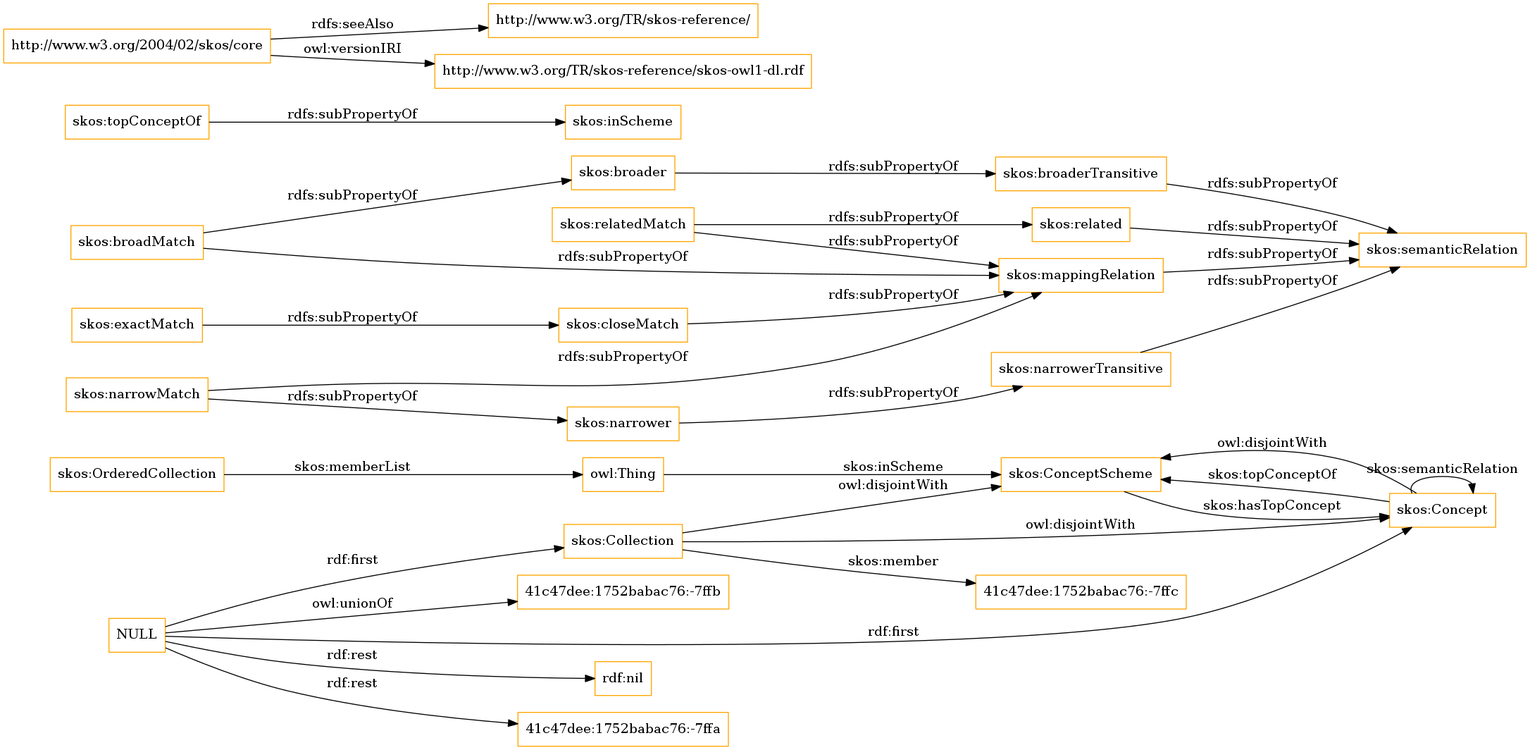
OnToologyUser/core-ontology-1 keeps this Graphviz diagram as OnToology/imports/skos.owl/diagrams/ar2dtool-class/skos.owl.png. Above is the earlier version. Its source is kept beside it as OnToology/imports/skos.owl/diagrams/ar2dtool-class/skos.owl.png.dot.
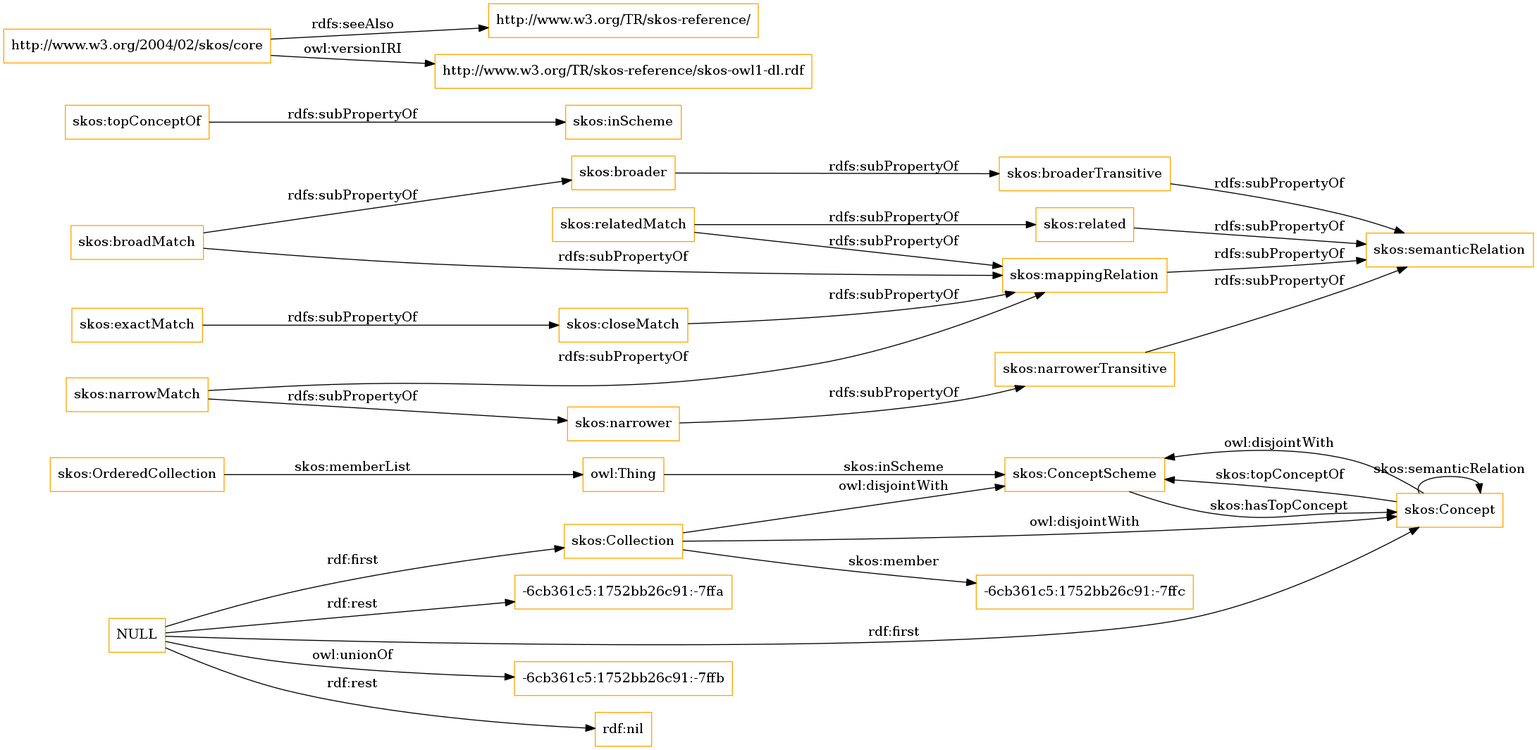
Above is the later version.

The edit, as a diff of the source:
```diff
@@ -1,13 +1,13 @@
 digraph ar2dtool_diagram {
 rankdir=LR;
 size="1501"
-node [shape = rectangle, color="orange"]; "skos:OrderedCollection" "skos:ConceptScheme" "skos:Concept" "skos:Collection" "41c47dee:1752babac76:-7ffc" ; /*classes style*/
+node [shape = rectangle, color="orange"]; "skos:OrderedCollection" "skos:ConceptScheme" "skos:Concept" "skos:Collection" "-6cb361c5:1752bb26c91:-7ffc" ; /*classes style*/
 	"skos:narrowerTransitive" -> "skos:semanticRelation" [ label = "rdfs:subPropertyOf" ];
+	"NULL" -> "-6cb361c5:1752bb26c91:-7ffb" [ label = "owl:unionOf" ];
 	"NULL" -> "rdf:nil" [ label = "rdf:rest" ];
 	"NULL" -> "skos:Concept" [ label = "rdf:first" ];
-	"NULL" -> "41c47dee:1752babac76:-7ffa" [ label = "rdf:rest" ];
+	"NULL" -> "-6cb361c5:1752bb26c91:-7ffa" [ label = "rdf:rest" ];
 	"NULL" -> "skos:Collection" [ label = "rdf:first" ];
-	"NULL" -> "41c47dee:1752babac76:-7ffb" [ label = "owl:unionOf" ];
 	"skos:closeMatch" -> "skos:mappingRelation" [ label = "rdfs:subPropertyOf" ];
 	"skos:Concept" -> "skos:ConceptScheme" [ label = "owl:disjointWith" ];
 	"skos:relatedMatch" -> "skos:related" [ label = "rdfs:subPropertyOf" ];
@@ -30,7 +30,7 @@
 	"skos:OrderedCollection" -> "owl:Thing" [ label = "skos:memberList" ];
 	"skos:Concept" -> "skos:ConceptScheme" [ label = "skos:topConceptOf" ];
 	"skos:Concept" -> "skos:Concept" [ label = "skos:semanticRelation" ];
-	"skos:Collection" -> "41c47dee:1752babac76:-7ffc" [ label = "skos:member" ];
+	"skos:Collection" -> "-6cb361c5:1752bb26c91:-7ffc" [ label = "skos:member" ];
 	"skos:ConceptScheme" -> "skos:Concept" [ label = "skos:hasTopConcept" ];
 	"owl:Thing" -> "skos:ConceptScheme" [ label = "skos:inScheme" ];
 
```
